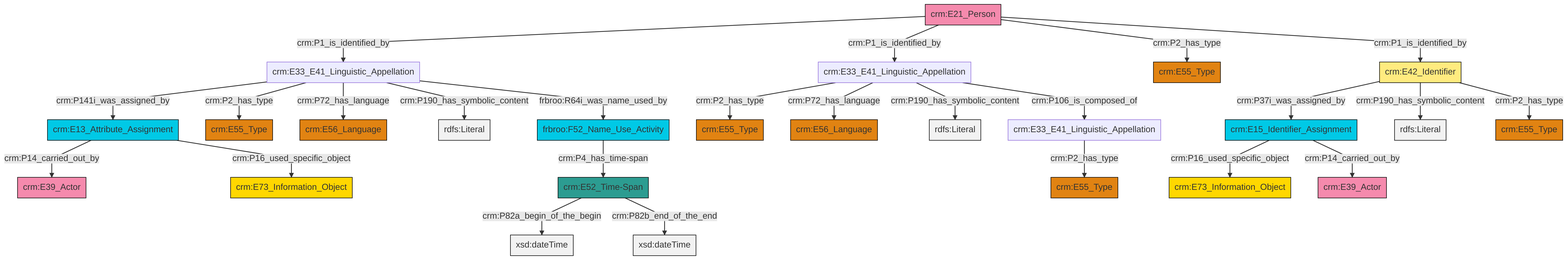
This is et/personCSV/ttl/mmd/png/Person_Names_and_Classification.png from swiss-art-research-net/reference-data-models, a Mermaid export, as it was before one commit. Its source is kept beside it as et/personCSV/ttl/mmd/Person_Names_and_Classification.ttl.mmd.
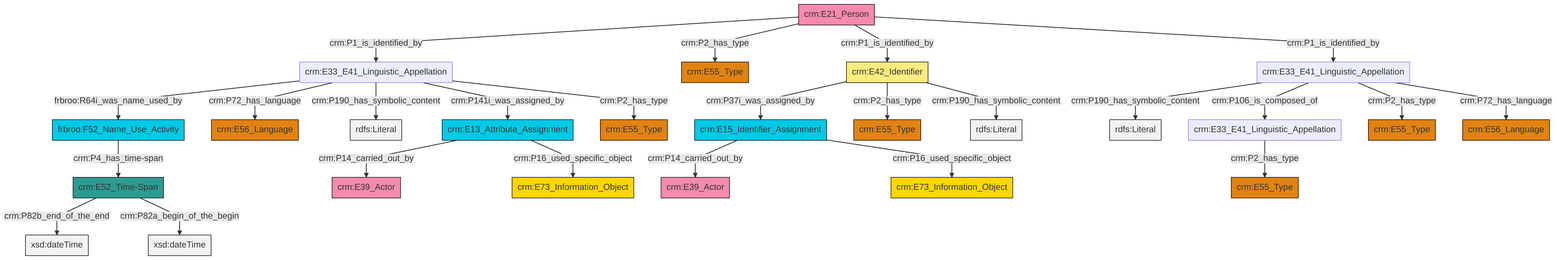
Above is the later version.

What changed in the source:
```diff
@@ -13,27 +13,27 @@
 classDef PC_Classes fill:#4ce600, stroke:#000000;
 classDef Multi fill:#cccccc,stroke:#000000;
 
+2["crm:E33_E41_Linguistic_Appellation"]:::Default -->|frbroo:R64i_was_name_used_by| 3["frbroo:F52_Name_Use_Activity"]:::Temporal_Entity
+8["crm:E52_Time-Span"]:::Time-Span -->|crm:P82b_end_of_the_end| 9[xsd:dateTime]:::Literal
+10["crm:E21_Person"]:::Actor -->|crm:P1_is_identified_by| 2["crm:E33_E41_Linguistic_Appellation"]:::Default
+16["crm:E33_E41_Linguistic_Appellation"]:::Default -->|crm:P190_has_symbolic_content| 20[rdfs:Literal]:::Literal
+21["crm:E33_E41_Linguistic_Appellation"]:::Default -->|crm:P2_has_type| 12["crm:E55_Type"]:::Type
+25["crm:E15_Identifier_Assignment"]:::Temporal_Entity -->|crm:P14_carried_out_by| 4["crm:E39_Actor"]:::Actor
+26["crm:E42_Identifier"]:::Appellation -->|crm:P37i_was_assigned_by| 25["crm:E15_Identifier_Assignment"]:::Temporal_Entity
+3["frbroo:F52_Name_Use_Activity"]:::Temporal_Entity -->|crm:P4_has_time-span| 8["crm:E52_Time-Span"]:::Time-Span
+10["crm:E21_Person"]:::Actor -->|crm:P2_has_type| 28["crm:E55_Type"]:::Type
+30["crm:E13_Attribute_Assignment"]:::Temporal_Entity -->|crm:P14_carried_out_by| 31["crm:E39_Actor"]:::Actor
+16["crm:E33_E41_Linguistic_Appellation"]:::Default -->|crm:P106_is_composed_of| 21["crm:E33_E41_Linguistic_Appellation"]:::Default
+2["crm:E33_E41_Linguistic_Appellation"]:::Default -->|crm:P72_has_language| 33["crm:E56_Language"]:::Type
+16["crm:E33_E41_Linguistic_Appellation"]:::Default -->|crm:P2_has_type| 14["crm:E55_Type"]:::Type
+2["crm:E33_E41_Linguistic_Appellation"]:::Default -->|crm:P190_has_symbolic_content| 36[rdfs:Literal]:::Literal
+26["crm:E42_Identifier"]:::Appellation -->|crm:P2_has_type| 18["crm:E55_Type"]:::Type
+10["crm:E21_Person"]:::Actor -->|crm:P1_is_identified_by| 26["crm:E42_Identifier"]:::Appellation
+2["crm:E33_E41_Linguistic_Appellation"]:::Default -->|crm:P141i_was_assigned_by| 30["crm:E13_Attribute_Assignment"]:::Temporal_Entity
+26["crm:E42_Identifier"]:::Appellation -->|crm:P190_has_symbolic_content| 39[rdfs:Literal]:::Literal
+16["crm:E33_E41_Linguistic_Appellation"]:::Default -->|crm:P72_has_language| 6["crm:E56_Language"]:::Type
+25["crm:E15_Identifier_Assignment"]:::Temporal_Entity -->|crm:P16_used_specific_object| 40["crm:E73_Information_Object"]:::Conceptual_Object
+30["crm:E13_Attribute_Assignment"]:::Temporal_Entity -->|crm:P16_used_specific_object| 37["crm:E73_Information_Object"]:::Conceptual_Object
+10["crm:E21_Person"]:::Actor -->|crm:P1_is_identified_by| 16["crm:E33_E41_Linguistic_Appellation"]:::Default
+8["crm:E52_Time-Span"]:::Time-Span -->|crm:P82a_begin_of_the_begin| 45[xsd:dateTime]:::Literal
 2["crm:E33_E41_Linguistic_Appellation"]:::Default -->|crm:P2_has_type| 0["crm:E55_Type"]:::Type
-7["frbroo:F52_Name_Use_Activity"]:::Temporal_Entity -->|crm:P4_has_time-span| 8["crm:E52_Time-Span"]:::Time-Span
-13["crm:E21_Person"]:::Actor -->|crm:P1_is_identified_by| 14["crm:E33_E41_Linguistic_Appellation"]:::Default
-14["crm:E33_E41_Linguistic_Appellation"]:::Default -->|crm:P141i_was_assigned_by| 15["crm:E13_Attribute_Assignment"]:::Temporal_Entity
-14["crm:E33_E41_Linguistic_Appellation"]:::Default -->|crm:P2_has_type| 18["crm:E55_Type"]:::Type
-19["crm:E33_E41_Linguistic_Appellation"]:::Default -->|crm:P2_has_type| 5["crm:E55_Type"]:::Type
-9["crm:E42_Identifier"]:::Appellation -->|crm:P37i_was_assigned_by| 20["crm:E15_Identifier_Assignment"]:::Temporal_Entity
-9["crm:E42_Identifier"]:::Appellation -->|crm:P190_has_symbolic_content| 22[rdfs:Literal]:::Literal
-13["crm:E21_Person"]:::Actor -->|crm:P1_is_identified_by| 19["crm:E33_E41_Linguistic_Appellation"]:::Default
-19["crm:E33_E41_Linguistic_Appellation"]:::Default -->|crm:P72_has_language| 3["crm:E56_Language"]:::Type
-20["crm:E15_Identifier_Assignment"]:::Temporal_Entity -->|crm:P16_used_specific_object| 27["crm:E73_Information_Object"]:::Conceptual_Object
-19["crm:E33_E41_Linguistic_Appellation"]:::Default -->|crm:P190_has_symbolic_content| 29[rdfs:Literal]:::Literal
-13["crm:E21_Person"]:::Actor -->|crm:P2_has_type| 30["crm:E55_Type"]:::Type
-14["crm:E33_E41_Linguistic_Appellation"]:::Default -->|crm:P72_has_language| 16["crm:E56_Language"]:::Type
-15["crm:E13_Attribute_Assignment"]:::Temporal_Entity -->|crm:P14_carried_out_by| 32["crm:E39_Actor"]:::Actor
-14["crm:E33_E41_Linguistic_Appellation"]:::Default -->|crm:P190_has_symbolic_content| 33[rdfs:Literal]:::Literal
-14["crm:E33_E41_Linguistic_Appellation"]:::Default -->|frbroo:R64i_was_name_used_by| 7["frbroo:F52_Name_Use_Activity"]:::Temporal_Entity
-13["crm:E21_Person"]:::Actor -->|crm:P1_is_identified_by| 9["crm:E42_Identifier"]:::Appellation
-15["crm:E13_Attribute_Assignment"]:::Temporal_Entity -->|crm:P16_used_specific_object| 23["crm:E73_Information_Object"]:::Conceptual_Object
-8["crm:E52_Time-Span"]:::Time-Span -->|crm:P82a_begin_of_the_begin| 40[xsd:dateTime]:::Literal
-20["crm:E15_Identifier_Assignment"]:::Temporal_Entity -->|crm:P14_carried_out_by| 11["crm:E39_Actor"]:::Actor
-8["crm:E52_Time-Span"]:::Time-Span -->|crm:P82b_end_of_the_end| 42[xsd:dateTime]:::Literal
-19["crm:E33_E41_Linguistic_Appellation"]:::Default -->|crm:P106_is_composed_of| 2["crm:E33_E41_Linguistic_Appellation"]:::Default
-9["crm:E42_Identifier"]:::Appellation -->|crm:P2_has_type| 38["crm:E55_Type"]:::Type
```
